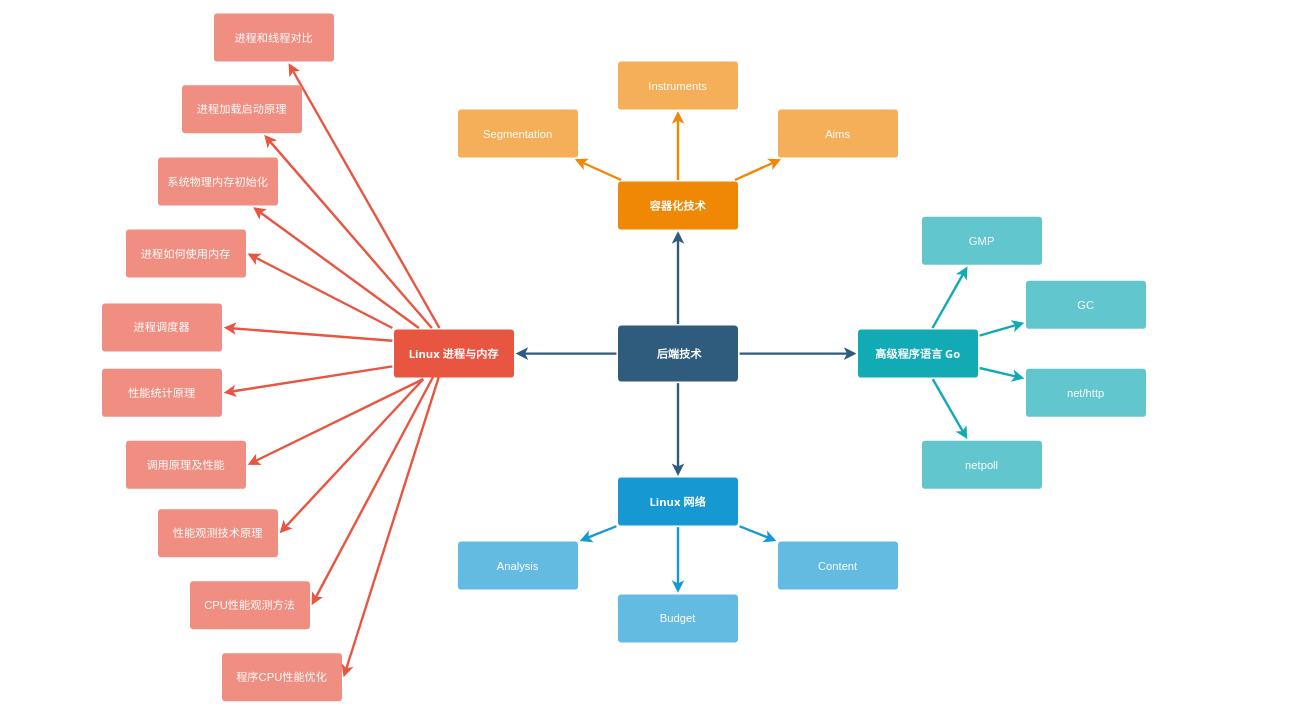
Above: Backend Diagram.drawio in GIS142857/UML (draw.io), before the change. Source tidied: cells renumbered, new cells numbered last; positions are measured from the earlier drawing's top-left corner, leaving out a move shared by most shapes. Both pictures are drawn from the tidied source at 80%, with x=0, y=0 at pixel (102, 13).
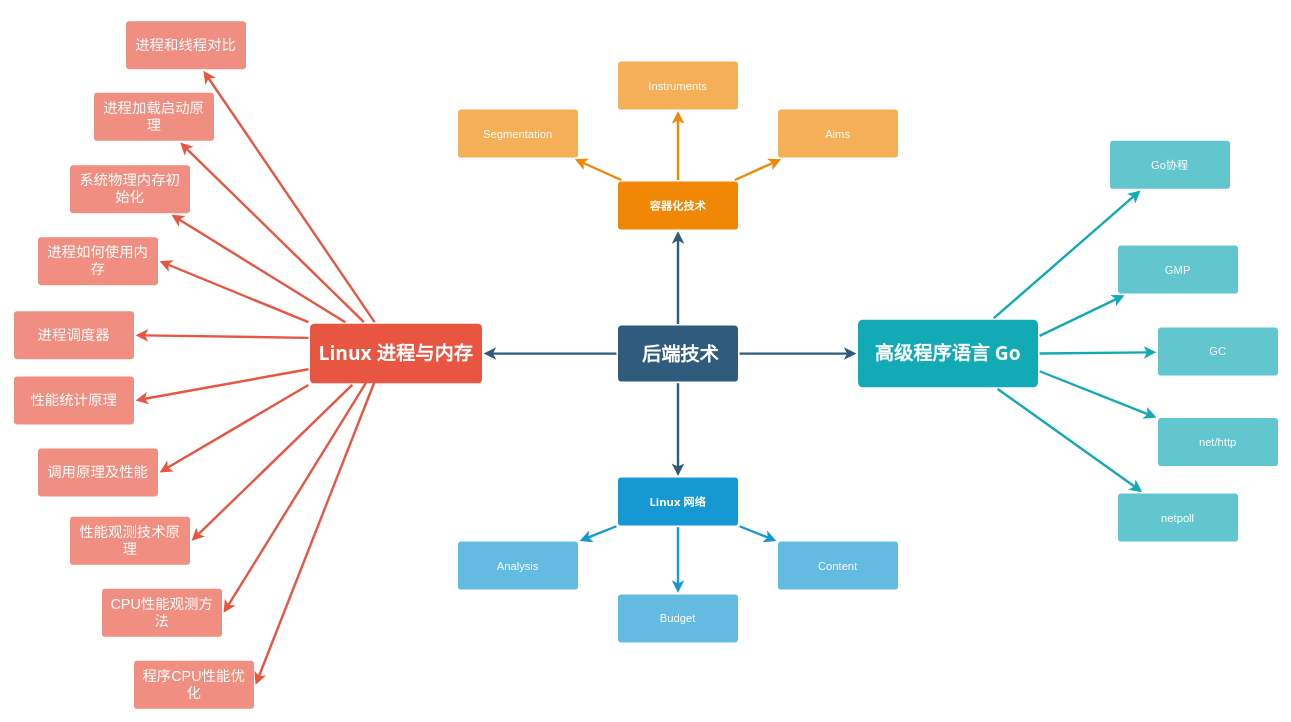
Above is the later version.

Change to the diagram source:
```diff
@@
-    <mxCell id="6" value="&lt;span style=&quot;font-family: Tahoma; font-size: 14px; text-wrap-mode: nowrap;&quot;&gt;&amp;nbsp;后端技术&lt;/span&gt;" style="rounded=1;whiteSpace=wrap;html=1;shadow=0;labelBackgroundColor=none;strokeColor=none;strokeWidth=3;fillColor=#2F5B7C;fontFamily=Helvetica;fontSize=16;fontColor=#FFFFFF;align=center;fontStyle=1;spacing=5;arcSize=7;perimeterSpacing=2;" parent="1" vertex="1">
+    <mxCell id="6" value="&lt;span style=&quot;font-family: Tahoma; text-wrap-mode: nowrap;&quot;&gt;&lt;font style=&quot;font-size: 24px;&quot;&gt;&amp;nbsp;后端技术&lt;/font&gt;&lt;/span&gt;" style="rounded=1;whiteSpace=wrap;html=1;shadow=0;labelBackgroundColor=none;strokeColor=none;strokeWidth=3;fillColor=#2F5B7C;fontFamily=Helvetica;fontSize=16;fontColor=#FFFFFF;align=center;fontStyle=1;spacing=5;arcSize=7;perimeterSpacing=2;" parent="1" vertex="1">
       <mxGeometry x="645" y="390.5" width="150" height="70" as="geometry" />
     </mxCell>
@@
-    <mxCell id="10" value="&lt;span style=&quot;font-family: Tahoma; text-wrap-mode: nowrap;&quot;&gt;Linux 进程与内存&lt;/span&gt;" style="rounded=1;whiteSpace=wrap;html=1;shadow=0;labelBackgroundColor=none;strokeColor=none;strokeWidth=3;fillColor=#e85642;fontFamily=Helvetica;fontSize=14;fontColor=#FFFFFF;align=center;spacing=5;fontStyle=1;arcSize=7;perimeterSpacing=2;" parent="1" vertex="1">
-      <mxGeometry x="365" y="395.5" width="150" height="60" as="geometry" />
+    <mxCell id="10" value="&lt;span style=&quot;font-family: Tahoma; text-wrap-mode: nowrap;&quot;&gt;&lt;font style=&quot;font-size: 24px;&quot;&gt;Linux 进程与内存&lt;/font&gt;&lt;/span&gt;" style="rounded=1;whiteSpace=wrap;html=1;shadow=0;labelBackgroundColor=none;strokeColor=none;strokeWidth=3;fillColor=#e85642;fontFamily=Helvetica;fontSize=14;fontColor=#FFFFFF;align=center;spacing=5;fontStyle=1;arcSize=7;perimeterSpacing=2;" parent="1" vertex="1">
+      <mxGeometry x="260" y="388.2" width="215" height="74.5" as="geometry" />
     </mxCell>
-    <mxCell id="11" value="系统物理内存初始化" style="rounded=1;whiteSpace=wrap;html=1;shadow=0;labelBackgroundColor=none;strokeColor=none;strokeWidth=3;fillColor=#f08e81;fontFamily=Helvetica;fontSize=14;fontColor=#FFFFFF;align=center;spacing=5;fontStyle=0;arcSize=7;perimeterSpacing=2;" parent="1" vertex="1">
-      <mxGeometry x="70" y="180.5" width="150" height="60" as="geometry" />
+    <mxCell id="11" value="&lt;font style=&quot;font-size: 18px;&quot;&gt;系统物理内存初始化&lt;/font&gt;" style="rounded=1;whiteSpace=wrap;html=1;shadow=0;labelBackgroundColor=none;strokeColor=none;strokeWidth=3;fillColor=#f08e81;fontFamily=Helvetica;fontSize=14;fontColor=#FFFFFF;align=center;spacing=5;fontStyle=0;arcSize=7;perimeterSpacing=2;" parent="1" vertex="1">
+      <mxGeometry x="-40" y="190" width="150" height="60" as="geometry" />
     </mxCell>
-    <mxCell id="12" value="进程加载启动原理" style="rounded=1;whiteSpace=wrap;html=1;shadow=0;labelBackgroundColor=none;strokeColor=none;strokeWidth=3;fillColor=#f08e81;fontFamily=Helvetica;fontSize=14;fontColor=#FFFFFF;align=center;spacing=5;fontStyle=0;arcSize=7;perimeterSpacing=2;" parent="1" vertex="1">
-      <mxGeometry x="100" y="90" width="150" height="60" as="geometry" />
+    <mxCell id="12" value="&lt;font style=&quot;font-size: 18px;&quot;&gt;进程加载启动原理&lt;/font&gt;" style="rounded=1;whiteSpace=wrap;html=1;shadow=0;labelBackgroundColor=none;strokeColor=none;strokeWidth=3;fillColor=#f08e81;fontFamily=Helvetica;fontSize=14;fontColor=#FFFFFF;align=center;spacing=5;fontStyle=0;arcSize=7;perimeterSpacing=2;" parent="1" vertex="1">
+      <mxGeometry x="-10" y="99.5" width="150" height="60" as="geometry" />
     </mxCell>
-    <mxCell id="13" value="进程和线程对比" style="rounded=1;whiteSpace=wrap;html=1;shadow=0;labelBackgroundColor=none;strokeColor=none;strokeWidth=3;fillColor=#f08e81;fontFamily=Helvetica;fontSize=14;fontColor=#FFFFFF;align=center;spacing=5;fontStyle=0;arcSize=7;perimeterSpacing=2;" parent="1" vertex="1">
-      <mxGeometry x="140" y="0.5" width="150" height="60" as="geometry" />
+    <mxCell id="13" value="&lt;font style=&quot;font-size: 18px;&quot;&gt;进程和线程对比&lt;/font&gt;" style="rounded=1;whiteSpace=wrap;html=1;shadow=0;labelBackgroundColor=none;strokeColor=none;strokeWidth=3;fillColor=#f08e81;fontFamily=Helvetica;fontSize=14;fontColor=#FFFFFF;align=center;spacing=5;fontStyle=0;arcSize=7;perimeterSpacing=2;" parent="1" vertex="1">
+      <mxGeometry x="30" y="10" width="150" height="60" as="geometry" />
     </mxCell>
@@
-    <mxCell id="28" value="&lt;span style=&quot;font-family: Tahoma; text-wrap-mode: nowrap;&quot;&gt;高级程序语言 Go&lt;/span&gt;" style="rounded=1;whiteSpace=wrap;html=1;shadow=0;labelBackgroundColor=none;strokeColor=none;strokeWidth=3;fillColor=#12aab5;fontFamily=Helvetica;fontSize=14;fontColor=#FFFFFF;align=center;spacing=5;fontStyle=1;arcSize=7;perimeterSpacing=2;" parent="1" vertex="1">
-      <mxGeometry x="945" y="395.5" width="150" height="60" as="geometry" />
+    <mxCell id="28" value="&lt;span style=&quot;font-family: Tahoma; text-wrap-mode: nowrap;&quot;&gt;&lt;font style=&quot;font-size: 24px;&quot;&gt;高级程序语言 Go&lt;/font&gt;&lt;/span&gt;" style="rounded=1;whiteSpace=wrap;html=1;shadow=0;labelBackgroundColor=none;strokeColor=none;strokeWidth=3;fillColor=#12aab5;fontFamily=Helvetica;fontSize=14;fontColor=#FFFFFF;align=center;spacing=5;fontStyle=1;arcSize=7;perimeterSpacing=2;" parent="1" vertex="1">
+      <mxGeometry x="945" y="383.2" width="225" height="84.5" as="geometry" />
     </mxCell>
     <mxCell id="29" value="netpoll" style="rounded=1;whiteSpace=wrap;html=1;shadow=0;labelBackgroundColor=none;strokeColor=none;strokeWidth=3;fillColor=#61c6ce;fontFamily=Helvetica;fontSize=14;fontColor=#FFFFFF;align=center;spacing=5;fontStyle=0;arcSize=7;perimeterSpacing=2;" parent="1" vertex="1">
-      <mxGeometry x="1025" y="534.5" width="150" height="60" as="geometry" />
+      <mxGeometry x="1270" y="600.5" width="150" height="60" as="geometry" />
     </mxCell>
@@
     <mxCell id="31" value="net/http" style="rounded=1;whiteSpace=wrap;html=1;shadow=0;labelBackgroundColor=none;strokeColor=none;strokeWidth=3;fillColor=#61c6ce;fontFamily=Helvetica;fontSize=14;fontColor=#FFFFFF;align=center;spacing=5;fontStyle=0;arcSize=7;perimeterSpacing=2;" parent="1" vertex="1">
-      <mxGeometry x="1155" y="444.5" width="150" height="60" as="geometry" />
+      <mxGeometry x="1320" y="506" width="150" height="60" as="geometry" />
     </mxCell>
-    <mxCell id="32" style="edgeStyle=none;rounded=1;jumpStyle=none;html=1;shadow=0;labelBackgroundColor=none;startArrow=none;startFill=0;jettySize=auto;strokeColor=#12AAB5;strokeWidth=3;fontFamily=Helvetica;fontSize=14;fontColor=#FFFFFF;spacing=5;fontStyle=1;fillColor=#b0e3e6;" parent="1" edge="1" source="28" target="31">
+    <mxCell id="32" style="edgeStyle=none;rounded=1;jumpStyle=none;html=1;shadow=0;labelBackgroundColor=none;startArrow=none;startFill=0;jettySize=auto;strokeColor=#12AAB5;strokeWidth=3;fontFamily=Helvetica;fontSize=14;fontColor=#FFFFFF;spacing=5;fontStyle=1;fillColor=#b0e3e6;exitX=1;exitY=0.75;exitDx=0;exitDy=0;" parent="1" edge="1" source="28" target="31">
       <mxGeometry relative="1" as="geometry" />
     </mxCell>
     <mxCell id="33" value="GC" style="rounded=1;whiteSpace=wrap;html=1;shadow=0;labelBackgroundColor=none;strokeColor=none;strokeWidth=3;fillColor=#61c6ce;fontFamily=Helvetica;fontSize=14;fontColor=#FFFFFF;align=center;spacing=5;fontStyle=0;arcSize=7;perimeterSpacing=2;" parent="1" vertex="1">
-      <mxGeometry x="1155" y="334.5" width="150" height="60" as="geometry" />
+      <mxGeometry x="1320" y="393" width="150" height="60" as="geometry" />
     </mxCell>
-    <mxCell id="34" style="edgeStyle=none;rounded=1;jumpStyle=none;html=1;shadow=0;labelBackgroundColor=none;startArrow=none;startFill=0;jettySize=auto;strokeColor=#12AAB5;strokeWidth=3;fontFamily=Helvetica;fontSize=14;fontColor=#FFFFFF;spacing=5;fontStyle=1;fillColor=#b0e3e6;" parent="1" edge="1" source="28" target="33">
+    <mxCell id="34" style="edgeStyle=none;rounded=1;jumpStyle=none;html=1;shadow=0;labelBackgroundColor=none;startArrow=none;startFill=0;jettySize=auto;strokeColor=#12AAB5;strokeWidth=3;fontFamily=Helvetica;fontSize=14;fontColor=#FFFFFF;spacing=5;fontStyle=1;fillColor=#b0e3e6;exitX=1;exitY=0.5;exitDx=0;exitDy=0;" parent="1" edge="1" source="28" target="33">
       <mxGeometry relative="1" as="geometry" />
     </mxCell>
     <mxCell id="35" value="GMP" style="rounded=1;whiteSpace=wrap;html=1;shadow=0;labelBackgroundColor=none;strokeColor=none;strokeWidth=3;fillColor=#61c6ce;fontFamily=Helvetica;fontSize=14;fontColor=#FFFFFF;align=center;spacing=5;fontStyle=0;arcSize=7;perimeterSpacing=2;" parent="1" vertex="1">
-      <mxGeometry x="1025" y="254.5" width="150" height="60" as="geometry" />
+      <mxGeometry x="1270" y="290.5" width="150" height="60" as="geometry" />
     </mxCell>
-    <mxCell id="36" style="edgeStyle=none;rounded=1;jumpStyle=none;html=1;shadow=0;labelBackgroundColor=none;startArrow=none;startFill=0;jettySize=auto;strokeColor=#12AAB5;strokeWidth=3;fontFamily=Helvetica;fontSize=14;fontColor=#FFFFFF;spacing=5;fontStyle=1;fillColor=#b0e3e6;" parent="1" edge="1" source="28" target="35">
+    <mxCell id="36" style="edgeStyle=none;rounded=1;jumpStyle=none;html=1;shadow=0;labelBackgroundColor=none;startArrow=none;startFill=0;jettySize=auto;strokeColor=#12AAB5;strokeWidth=3;fontFamily=Helvetica;fontSize=14;fontColor=#FFFFFF;spacing=5;fontStyle=1;fillColor=#b0e3e6;exitX=1;exitY=0.25;exitDx=0;exitDy=0;" parent="1" edge="1" source="28" target="35">
       <mxGeometry relative="1" as="geometry" />
     </mxCell>
-    <mxCell id="37" value="进程如何使用内存" style="rounded=1;whiteSpace=wrap;html=1;shadow=0;labelBackgroundColor=none;strokeColor=none;strokeWidth=3;fillColor=#f08e81;fontFamily=Helvetica;fontSize=14;fontColor=#FFFFFF;align=center;spacing=5;fontStyle=0;arcSize=7;perimeterSpacing=2;" parent="1" vertex="1">
-      <mxGeometry x="30" y="270.5" width="150" height="60" as="geometry" />
+    <mxCell id="37" value="&lt;font style=&quot;font-size: 18px;&quot;&gt;进程如何使用内存&lt;/font&gt;" style="rounded=1;whiteSpace=wrap;html=1;shadow=0;labelBackgroundColor=none;strokeColor=none;strokeWidth=3;fillColor=#f08e81;fontFamily=Helvetica;fontSize=14;fontColor=#FFFFFF;align=center;spacing=5;fontStyle=0;arcSize=7;perimeterSpacing=2;" parent="1" vertex="1">
+      <mxGeometry x="-80" y="280" width="150" height="60" as="geometry" />
     </mxCell>
@@
-    <mxCell id="39" value="进程调度器" style="rounded=1;whiteSpace=wrap;html=1;shadow=0;labelBackgroundColor=none;strokeColor=none;strokeWidth=3;fillColor=#f08e81;fontFamily=Helvetica;fontSize=14;fontColor=#FFFFFF;align=center;spacing=5;fontStyle=0;arcSize=7;perimeterSpacing=2;" parent="1" vertex="1">
-      <mxGeometry y="363" width="150" height="60" as="geometry" />
+    <mxCell id="39" value="&lt;font style=&quot;font-size: 18px;&quot;&gt;进程调度器&lt;/font&gt;" style="rounded=1;whiteSpace=wrap;html=1;shadow=0;labelBackgroundColor=none;strokeColor=none;strokeWidth=3;fillColor=#f08e81;fontFamily=Helvetica;fontSize=14;fontColor=#FFFFFF;align=center;spacing=5;fontStyle=0;arcSize=7;perimeterSpacing=2;" parent="1" vertex="1">
+      <mxGeometry x="-110" y="372.5" width="150" height="60" as="geometry" />
     </mxCell>
@@
-    <mxCell id="41" value="性能统计原理" style="rounded=1;whiteSpace=wrap;html=1;shadow=0;labelBackgroundColor=none;strokeColor=none;strokeWidth=3;fillColor=#f08e81;fontFamily=Helvetica;fontSize=14;fontColor=#FFFFFF;align=center;spacing=5;fontStyle=0;arcSize=7;perimeterSpacing=2;" parent="1" vertex="1">
-      <mxGeometry y="444.5" width="150" height="60" as="geometry" />
+    <mxCell id="41" value="&lt;font style=&quot;font-size: 18px;&quot;&gt;性能统计原理&lt;/font&gt;" style="rounded=1;whiteSpace=wrap;html=1;shadow=0;labelBackgroundColor=none;strokeColor=none;strokeWidth=3;fillColor=#f08e81;fontFamily=Helvetica;fontSize=14;fontColor=#FFFFFF;align=center;spacing=5;fontStyle=0;arcSize=7;perimeterSpacing=2;" parent="1" vertex="1">
+      <mxGeometry x="-110" y="454" width="150" height="60" as="geometry" />
     </mxCell>
@@
-    <mxCell id="43" value="调用原理及性能" style="rounded=1;whiteSpace=wrap;html=1;shadow=0;labelBackgroundColor=none;strokeColor=none;strokeWidth=3;fillColor=#f08e81;fontFamily=Helvetica;fontSize=14;fontColor=#FFFFFF;align=center;spacing=5;fontStyle=0;arcSize=7;perimeterSpacing=2;" parent="1" vertex="1">
-      <mxGeometry x="30" y="534.5" width="150" height="60" as="geometry" />
+    <mxCell id="43" value="&lt;font style=&quot;font-size: 18px;&quot;&gt;调用原理及性能&lt;/font&gt;" style="rounded=1;whiteSpace=wrap;html=1;shadow=0;labelBackgroundColor=none;strokeColor=none;strokeWidth=3;fillColor=#f08e81;fontFamily=Helvetica;fontSize=14;fontColor=#FFFFFF;align=center;spacing=5;fontStyle=0;arcSize=7;perimeterSpacing=2;" parent="1" vertex="1">
+      <mxGeometry x="-80" y="544" width="150" height="60" as="geometry" />
     </mxCell>
-    <mxCell id="44" style="edgeStyle=none;rounded=1;jumpStyle=none;html=1;shadow=0;labelBackgroundColor=none;startArrow=none;startFill=0;jettySize=auto;strokeColor=#E85642;strokeWidth=3;fontFamily=Helvetica;fontSize=14;fontColor=#FFFFFF;spacing=5;fontStyle=1;fillColor=#b0e3e6;entryX=1;entryY=0.5;entryDx=0;entryDy=0;exitX=0.25;exitY=1;exitDx=0;exitDy=0;" parent="1" edge="1" source="10" target="43">
+    <mxCell id="44" style="edgeStyle=none;rounded=1;jumpStyle=none;html=1;shadow=0;labelBackgroundColor=none;startArrow=none;startFill=0;jettySize=auto;strokeColor=#E85642;strokeWidth=3;fontFamily=Helvetica;fontSize=14;fontColor=#FFFFFF;spacing=5;fontStyle=1;fillColor=#b0e3e6;entryX=1;entryY=0.5;entryDx=0;entryDy=0;exitX=0;exitY=1;exitDx=0;exitDy=0;" parent="1" edge="1" source="10" target="43">
       <mxGeometry relative="1" as="geometry" />
     </mxCell>
-    <mxCell id="45" value="性能观测技术原理" style="rounded=1;whiteSpace=wrap;html=1;shadow=0;labelBackgroundColor=none;strokeColor=none;strokeWidth=3;fillColor=#f08e81;fontFamily=Helvetica;fontSize=14;fontColor=#FFFFFF;align=center;spacing=5;fontStyle=0;arcSize=7;perimeterSpacing=2;" parent="1" vertex="1">
-      <mxGeometry x="70" y="620" width="150" height="60" as="geometry" />
+    <mxCell id="45" value="&lt;font style=&quot;font-size: 18px;&quot;&gt;性能观测技术原理&lt;/font&gt;" style="rounded=1;whiteSpace=wrap;html=1;shadow=0;labelBackgroundColor=none;strokeColor=none;strokeWidth=3;fillColor=#f08e81;fontFamily=Helvetica;fontSize=14;fontColor=#FFFFFF;align=center;spacing=5;fontStyle=0;arcSize=7;perimeterSpacing=2;" parent="1" vertex="1">
+      <mxGeometry x="-40" y="629.5" width="150" height="60" as="geometry" />
     </mxCell>
@@
-    <mxCell id="47" value="CPU性能观测方法" style="rounded=1;whiteSpace=wrap;html=1;shadow=0;labelBackgroundColor=none;strokeColor=none;strokeWidth=3;fillColor=#f08e81;fontFamily=Helvetica;fontSize=14;fontColor=#FFFFFF;align=center;spacing=5;fontStyle=0;arcSize=7;perimeterSpacing=2;" parent="1" vertex="1">
-      <mxGeometry x="110" y="710" width="150" height="60" as="geometry" />
+    <mxCell id="47" value="&lt;font style=&quot;font-size: 18px;&quot;&gt;CPU性能观测方法&lt;/font&gt;" style="rounded=1;whiteSpace=wrap;html=1;shadow=0;labelBackgroundColor=none;strokeColor=none;strokeWidth=3;fillColor=#f08e81;fontFamily=Helvetica;fontSize=14;fontColor=#FFFFFF;align=center;spacing=5;fontStyle=0;arcSize=7;perimeterSpacing=2;" parent="1" vertex="1">
+      <mxGeometry y="719.5" width="150" height="60" as="geometry" />
     </mxCell>
@@
-    <mxCell id="49" value="程序CPU性能优化" style="rounded=1;whiteSpace=wrap;html=1;shadow=0;labelBackgroundColor=none;strokeColor=none;strokeWidth=3;fillColor=#f08e81;fontFamily=Helvetica;fontSize=14;fontColor=#FFFFFF;align=center;spacing=5;fontStyle=0;arcSize=7;perimeterSpacing=2;" parent="1" vertex="1">
-      <mxGeometry x="150" y="800" width="150" height="60" as="geometry" />
+    <mxCell id="49" value="&lt;font style=&quot;font-size: 18px;&quot;&gt;程序CPU性能优化&lt;/font&gt;" style="rounded=1;whiteSpace=wrap;html=1;shadow=0;labelBackgroundColor=none;strokeColor=none;strokeWidth=3;fillColor=#f08e81;fontFamily=Helvetica;fontSize=14;fontColor=#FFFFFF;align=center;spacing=5;fontStyle=0;arcSize=7;perimeterSpacing=2;" parent="1" vertex="1">
+      <mxGeometry x="40" y="809.5" width="150" height="60" as="geometry" />
     </mxCell>
@@
+    <mxCell id="51" value="Go协程" style="rounded=1;whiteSpace=wrap;html=1;shadow=0;labelBackgroundColor=none;strokeColor=none;strokeWidth=3;fillColor=#61c6ce;fontFamily=Helvetica;fontSize=14;fontColor=#FFFFFF;align=center;spacing=5;fontStyle=0;arcSize=7;perimeterSpacing=2;" parent="1" vertex="1">
+      <mxGeometry x="1260" y="159.5" width="150" height="60" as="geometry" />
+    </mxCell>
+    <mxCell id="52" style="edgeStyle=none;rounded=1;jumpStyle=none;html=1;shadow=0;labelBackgroundColor=none;startArrow=none;startFill=0;jettySize=auto;strokeColor=#12AAB5;strokeWidth=3;fontFamily=Helvetica;fontSize=14;fontColor=#FFFFFF;spacing=5;fontStyle=1;fillColor=#b0e3e6;exitX=0.75;exitY=0;exitDx=0;exitDy=0;" parent="1" edge="1" source="28" target="51">
+      <mxGeometry relative="1" as="geometry" />
+    </mxCell>
```
